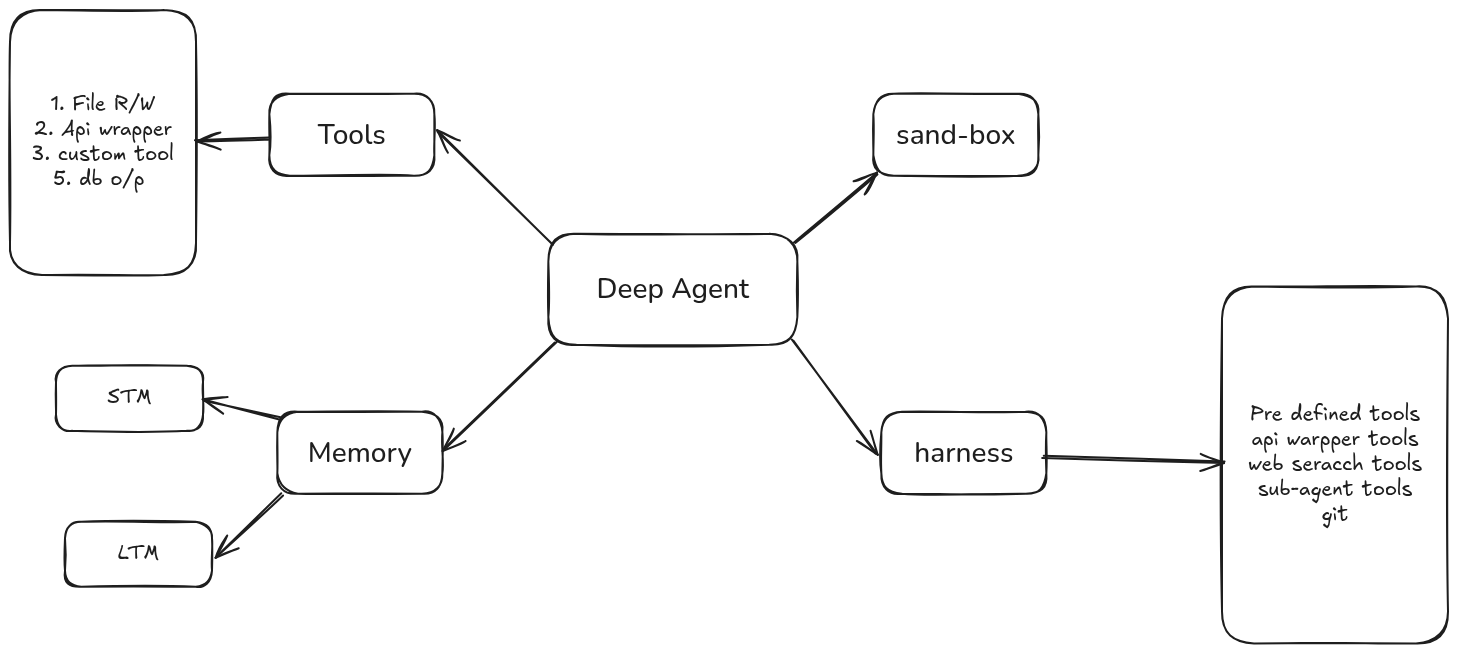
Above: 28-Intorduction-to-deep-and-Agents-Harness/Module-1-Building-Deep-Agent/da-architecture.excalidraw.png in MDalamin5/End-to-End-Agentic-Ai-Automation-Lab (Excalidraw), before the change. Source tidied: one line per element, renumbered; positions are measured from the earlier drawing's top-left corner, leaving out a move shared by most shapes.
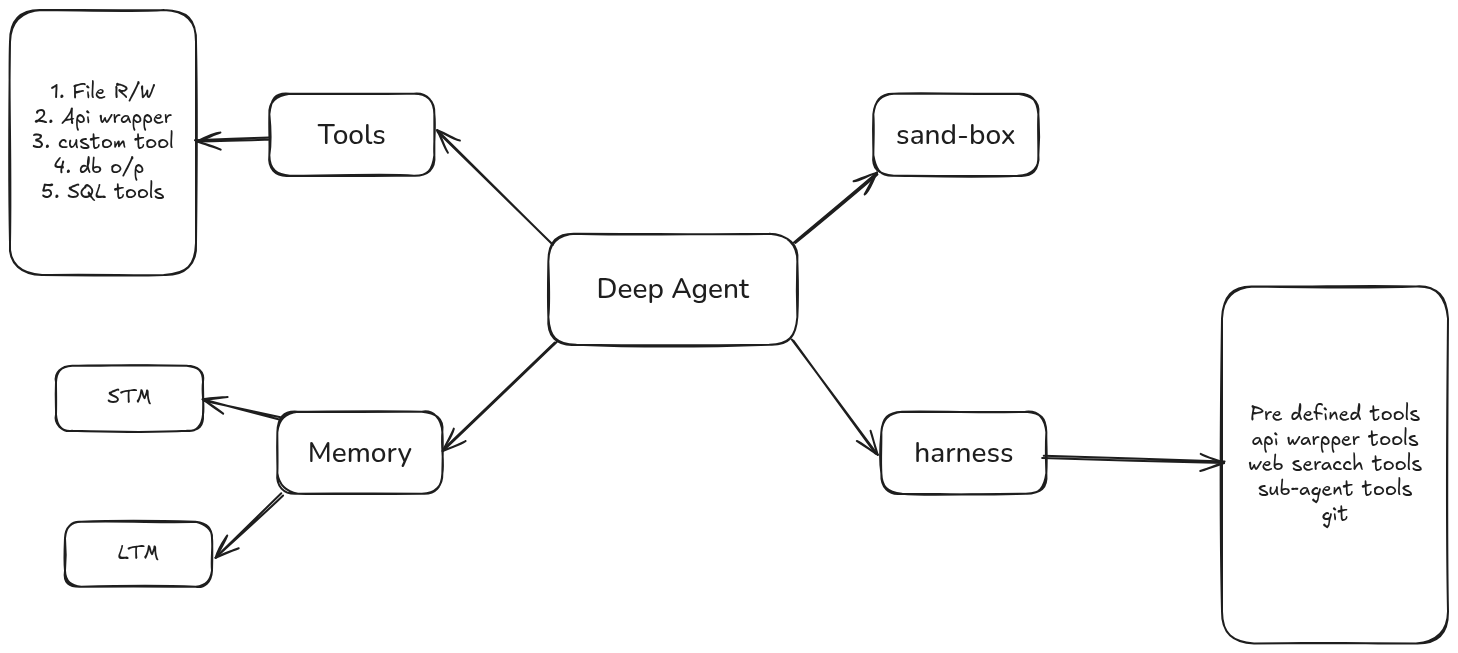
After the commit.

Commit message:
tools defined

Change to the diagram source:
```diff
@@ -19,7 +19,7 @@
 {"id": 18, "type": "arrow", "strokeColor": "#1e1e1e", "strokeWidth": 2, "roughness": 1, "endArrowhead": "arrow", "round": true, "from": 6, "to": 14, "x": 270, "y": 408, "width": 76, "height": 18, "points": [[0, 0], [-76, -18]]}
 {"id": 19, "type": "arrow", "strokeColor": "#1e1e1e", "strokeWidth": 2, "roughness": 1, "endArrowhead": "arrow", "round": true, "from": 6, "to": 16, "x": 272, "y": 484, "width": 66, "height": 64, "points": [[0, 0], [-66, 64]]}
 {"id": 20, "type": "rectangle", "strokeColor": "#1e1e1e", "strokeWidth": 2, "roughness": 1, "round": true, "x": 0, "y": 0, "width": 186, "height": 265}
-{"id": 21, "type": "text", "text": "1. File R/W\n2. Api wrapper\n3. custom tool\n5. db o/p ", "strokeColor": "#1e1e1e", "strokeWidth": 2, "roughness": 1, "fontSize": 20, "fontFamily": 5, "textAlign": "center", "verticalAlign": "middle", "inside": 20, "x": 22, "y": 82, "width": 141, "height": 100}
+{"id": 21, "type": "text", "text": "1. File R/W\n2. Api wrapper\n3. custom tool\n4. db o/p \n5. SQL tools", "strokeColor": "#1e1e1e", "strokeWidth": 2, "roughness": 1, "fontSize": 20, "fontFamily": 5, "textAlign": "center", "verticalAlign": "middle", "inside": 20, "x": 22, "y": 70, "width": 141, "height": 125}
 {"id": 22, "type": "arrow", "strokeColor": "#1e1e1e", "strokeWidth": 2, "roughness": 1, "endArrowhead": "arrow", "round": true, "from": 2, "to": 20, "x": 258, "y": 128, "width": 72, "height": 3, "points": [[0, 0], [-72, 3]]}
 {"id": 23, "type": "rectangle", "strokeColor": "#1e1e1e", "strokeWidth": 2, "roughness": 1, "round": true, "x": 1212, "y": 276, "width": 226, "height": 357}
 {"id": 24, "type": "text", "text": "Pre defined tools\napi warpper tools\nweb seracch tools\nsub-agent tools\ngit", "strokeColor": "#1e1e1e", "strokeWidth": 2, "roughness": 1, "fontSize": 20, "fontFamily": 5, "textAlign": "center", "verticalAlign": "middle", "inside": 23, "x": 1238, "y": 392, "width": 174, "height": 125}
```
